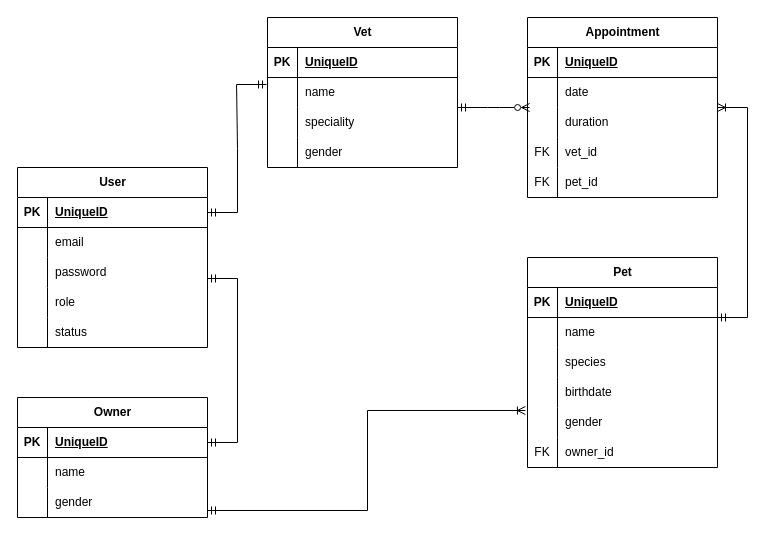
Above: Untitled Diagram.drawio in amranwr/pet-clinic (draw.io), before the change. Source tidied: cells renumbered, new cells numbered last; positions are measured from the earlier drawing's top-left corner, leaving out a move shared by most shapes. Both pictures are drawn from the tidied source at 100%, with x=0, y=0 at pixel (17, 17).
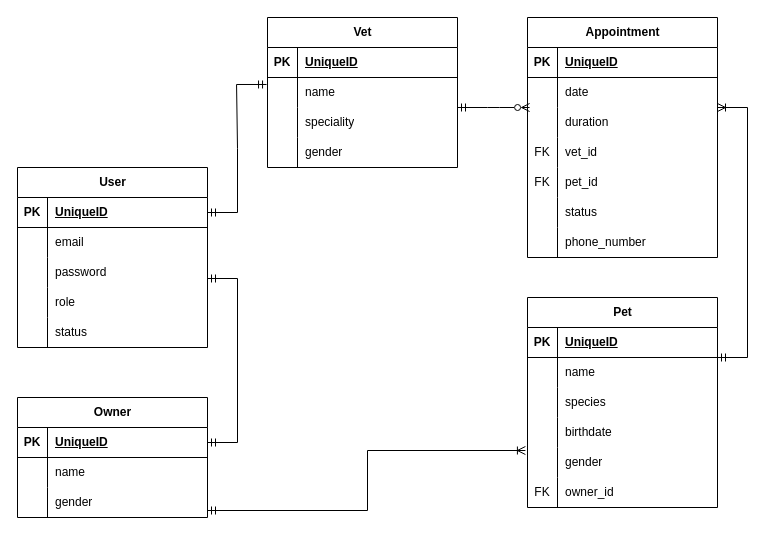
The same page after the edit.

Change to the diagram source:
```diff
@@
     <mxCell id="15" value="Pet" style="shape=table;startSize=30;childLayout=tableLayout;rowLines=0;fontStyle=1;align=center;html=1;" parent="1" vertex="1">
-      <mxGeometry x="510" y="240" width="190" height="210" as="geometry" />
+      <mxGeometry x="510" y="280" width="190" height="210" as="geometry" />
     </mxCell>
@@
     <mxCell id="34" value="Appointment" style="shape=table;startSize=30;childLayout=tableLayout;rowLines=0;fontStyle=1;align=center;html=1;" parent="1" vertex="1">
-      <mxGeometry x="510" width="190" height="180" as="geometry" />
+      <mxGeometry x="510" width="190" height="240" as="geometry" />
     </mxCell>
@@
+    <mxCell id="81" style="shape=tableRow;horizontal=0;startSize=0;swimlaneHead=0;swimlaneBody=0;fillColor=none;top=0;left=0;right=0;bottom=0;" parent="34" vertex="1">
+      <mxGeometry y="180" width="190" height="30" as="geometry" />
+    </mxCell>
+    <mxCell id="82" style="shape=partialRectangle;fillColor=none;top=0;left=0;bottom=0;right=0;overflow=hidden;whiteSpace=wrap;html=1;" parent="81" vertex="1">
+      <mxGeometry width="30" height="30" as="geometry" />
+    </mxCell>
+    <mxCell id="83" value="status" style="shape=partialRectangle;fillColor=none;top=0;left=0;bottom=0;right=0;align=left;spacingLeft=6;overflow=hidden;whiteSpace=wrap;html=1;" parent="81" vertex="1">
+      <mxGeometry x="30" width="160" height="30" as="geometry" />
+    </mxCell>
+    <mxCell id="84" style="shape=tableRow;horizontal=0;startSize=0;swimlaneHead=0;swimlaneBody=0;fillColor=none;top=0;left=0;right=0;bottom=0;" parent="34" vertex="1">
+      <mxGeometry y="210" width="190" height="30" as="geometry" />
+    </mxCell>
+    <mxCell id="85" style="shape=partialRectangle;fillColor=none;top=0;left=0;bottom=0;right=0;overflow=hidden;whiteSpace=wrap;html=1;" parent="84" vertex="1">
+      <mxGeometry width="30" height="30" as="geometry" />
+    </mxCell>
+    <mxCell id="86" value="phone_number" style="shape=partialRectangle;fillColor=none;top=0;left=0;bottom=0;right=0;align=left;spacingLeft=6;overflow=hidden;whiteSpace=wrap;html=1;" parent="84" vertex="1">
+      <mxGeometry x="30" width="160" height="30" as="geometry" />
+    </mxCell>
```
